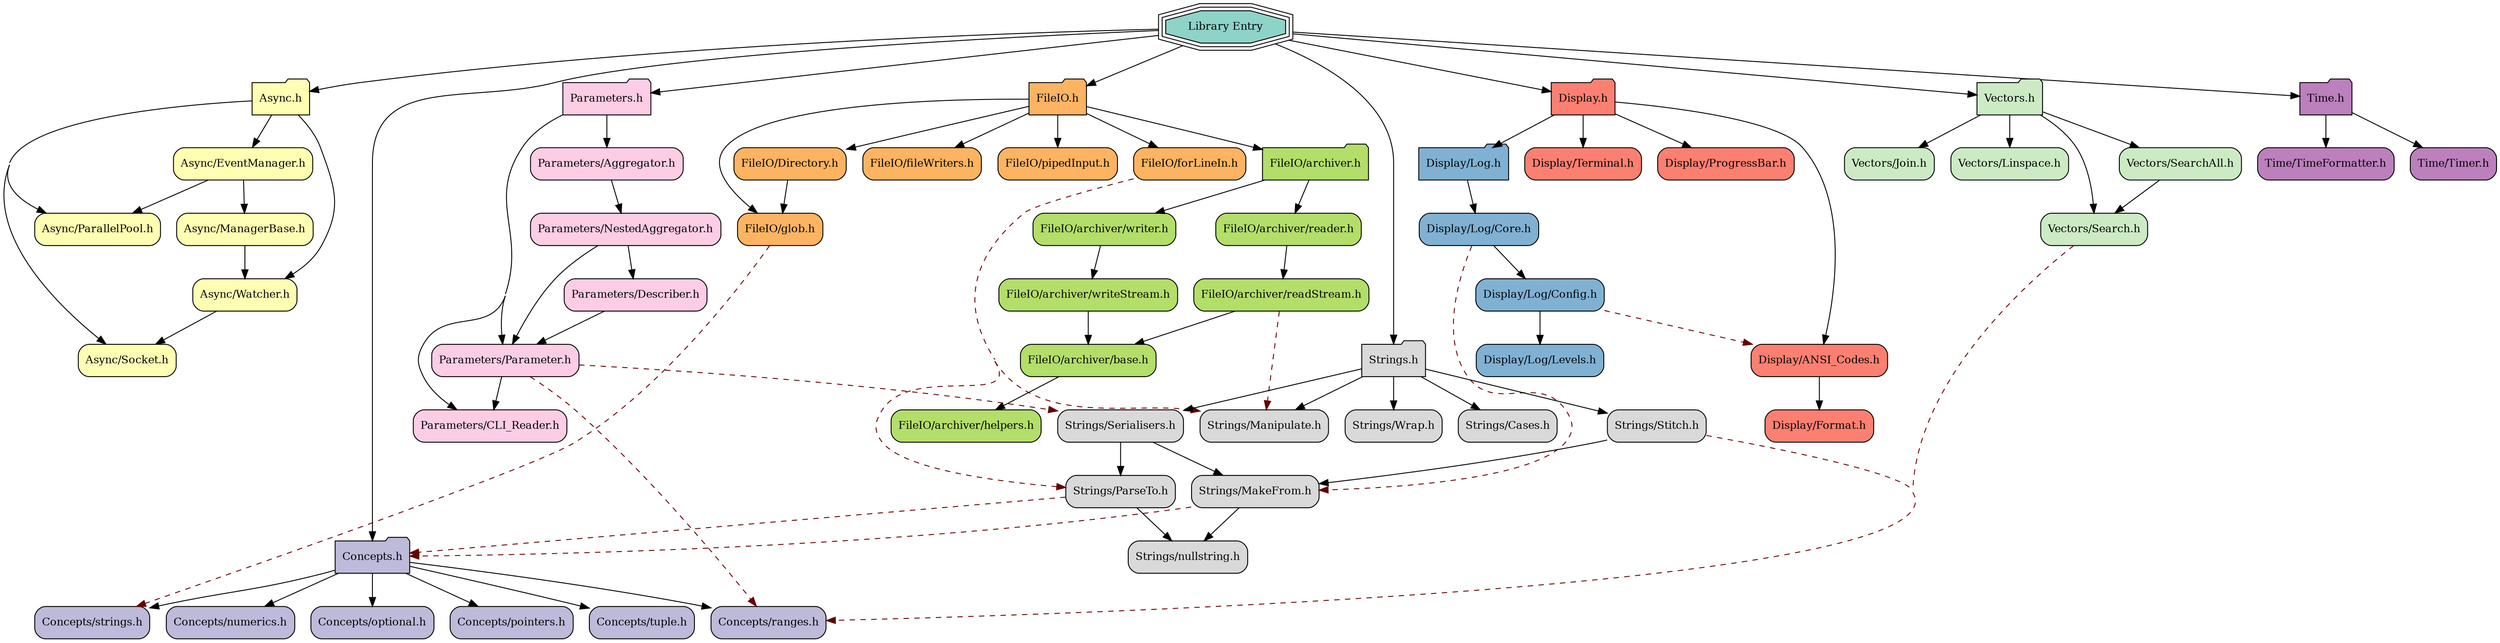
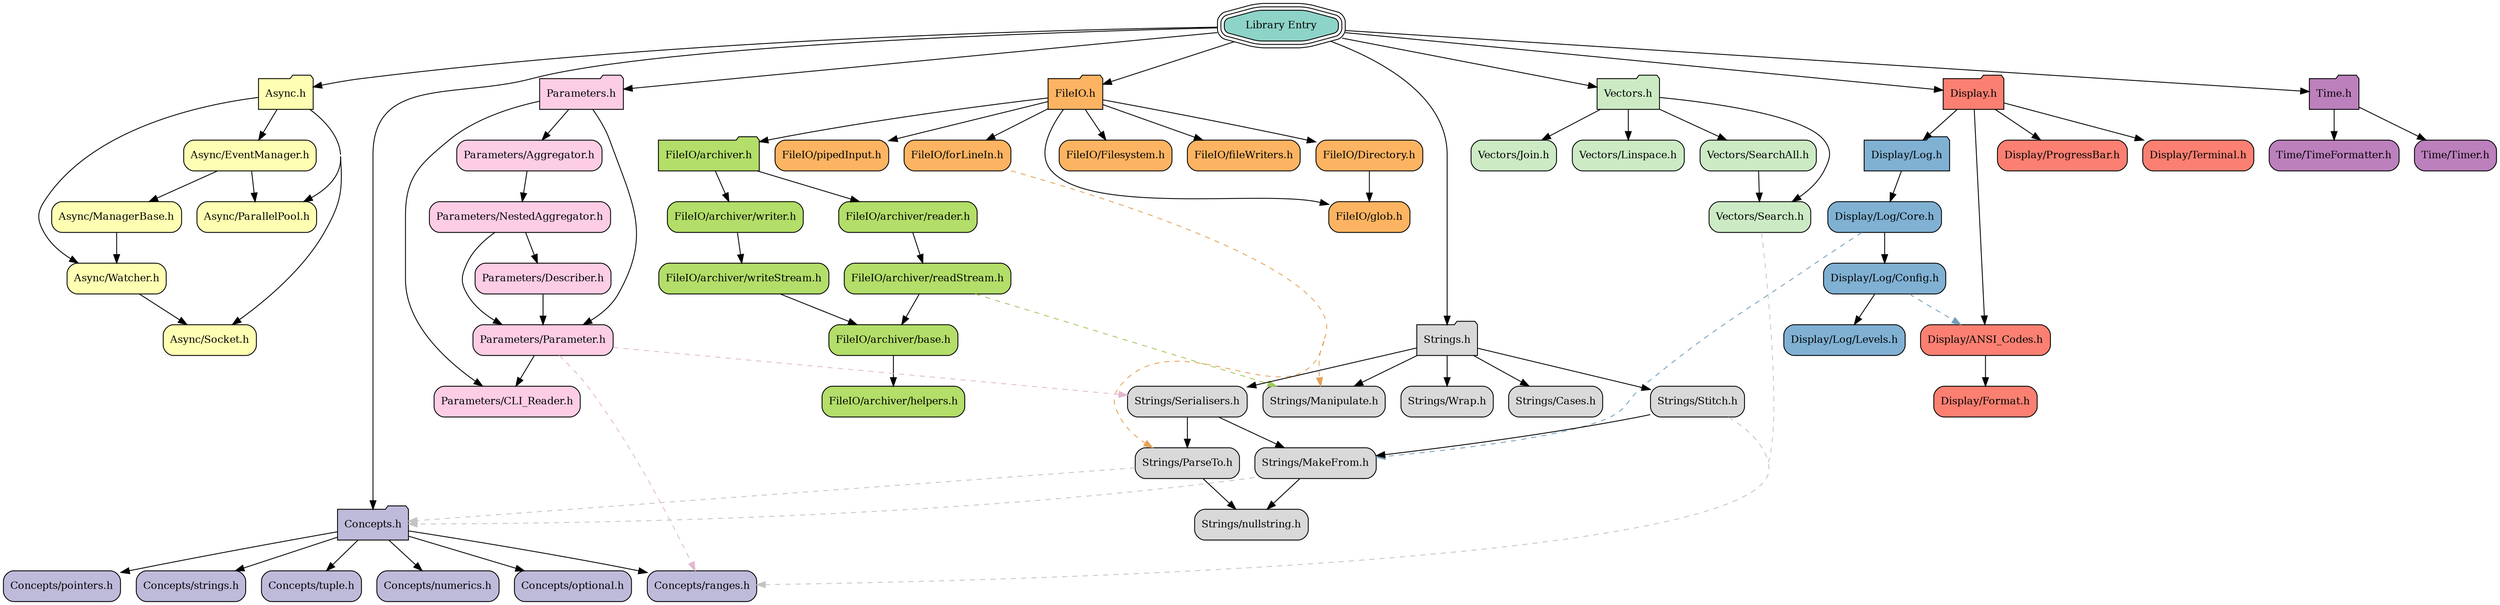
digraph codeviz{
	concentrate=true
	splines=true
	sep="+15,+15"
	overlap=false

	node[shape=Mrecord,fontsize=12]

- 	node [fillcolor="#8dd3c7", style=filled, shape=tripleoctagon,color="#000000"] "JSL.h"                         [label="Library Entry"]
- 	node [fillcolor="#ffffb3", style=filled, shape=folder,color="#000000"] "Async.h"                       [label="Async.h"]
- 	node [fillcolor="#ffffb3", style=filled, shape=Mrecord,color="#000000"] "Async/EventManager.h"          [label="Async/EventManager.h"]
- 	node [fillcolor="#ffffb3", style=filled, shape=Mrecord,color="#000000"] "Async/ManagerBase.h"           [label="Async/ManagerBase.h"]
- 	node [fillcolor="#ffffb3", style=filled, shape=Mrecord,color="#000000"] "Async/ParallelPool.h"          [label="Async/ParallelPool.h"]
- 	node [fillcolor="#ffffb3", style=filled, shape=Mrecord,color="#000000"] "Async/Socket.h"                [label="Async/Socket.h"]
- 	node [fillcolor="#ffffb3", style=filled, shape=Mrecord,color="#000000"] "Async/Watcher.h"               [label="Async/Watcher.h"]
- 	node [fillcolor="#bebada", style=filled, shape=folder,color="#000000"] "Concepts.h"                    [label="Concepts.h"]
- 	node [fillcolor="#bebada", style=filled, shape=Mrecord,color="#000000"] "Concepts/numerics.h"           [label="Concepts/numerics.h"]
- 	node [fillcolor="#bebada", style=filled, shape=Mrecord,color="#000000"] "Concepts/optional.h"           [label="Concepts/optional.h"]
- 	node [fillcolor="#bebada", style=filled, shape=Mrecord,color="#000000"] "Concepts/pointers.h"           [label="Concepts/pointers.h"]
- 	node [fillcolor="#bebada", style=filled, shape=Mrecord,color="#000000"] "Concepts/ranges.h"             [label="Concepts/ranges.h"]
- 	node [fillcolor="#bebada", style=filled, shape=Mrecord,color="#000000"] "Concepts/strings.h"            [label="Concepts/strings.h"]
- 	node [fillcolor="#bebada", style=filled, shape=Mrecord,color="#000000"] "Concepts/tuple.h"              [label="Concepts/tuple.h"]
- 	node [fillcolor="#fb8072", style=filled, shape=folder,color="#000000"] "Display.h"                     [label="Display.h"]
- 	node [fillcolor="#fb8072", style=filled, shape=Mrecord,color="#000000"] "Display/ANSI_Codes.h"          [label="Display/ANSI_Codes.h"]
- 	node [fillcolor="#fb8072", style=filled, shape=Mrecord,color="#000000"] "Display/Format.h"              [label="Display/Format.h"]
- 	node [fillcolor="#80b1d3", style=filled, shape=folder,color="#000000"] "Display/Log.h"                 [label="Display/Log.h"]
- 	node [fillcolor="#80b1d3", style=filled, shape=Mrecord,color="#000000"] "Display/Log/Config.h"          [label="Display/Log/Config.h"]
- 	node [fillcolor="#80b1d3", style=filled, shape=Mrecord,color="#000000"] "Display/Log/Core.h"            [label="Display/Log/Core.h"]
- 	node [fillcolor="#80b1d3", style=filled, shape=Mrecord,color="#000000"] "Display/Log/Levels.h"          [label="Display/Log/Levels.h"]
- 	node [fillcolor="#fb8072", style=filled, shape=Mrecord,color="#000000"] "Display/ProgressBar.h"         [label="Display/ProgressBar.h"]
- 	node [fillcolor="#fb8072", style=filled, shape=Mrecord,color="#000000"] "Display/Terminal.h"            [label="Display/Terminal.h"]
- 	node [fillcolor="#fdb462", style=filled, shape=folder,color="#000000"] "FileIO.h"                      [label="FileIO.h"]
- 	node [fillcolor="#fdb462", style=filled, shape=Mrecord,color="#000000"] "FileIO/Directory.h"            [label="FileIO/Directory.h"]
- 	node [fillcolor="#b3de69", style=filled, shape=folder,color="#000000"] "FileIO/archiver.h"             [label="FileIO/archiver.h"]
- 	node [fillcolor="#b3de69", style=filled, shape=Mrecord,color="#000000"] "FileIO/archiver/base.h"        [label="FileIO/archiver/base.h"]
- 	node [fillcolor="#b3de69", style=filled, shape=Mrecord,color="#000000"] "FileIO/archiver/helpers.h"     [label="FileIO/archiver/helpers.h"]
- 	node [fillcolor="#b3de69", style=filled, shape=Mrecord,color="#000000"] "FileIO/archiver/readStream.h"  [label="FileIO/archiver/readStream.h"]
- 	node [fillcolor="#b3de69", style=filled, shape=Mrecord,color="#000000"] "FileIO/archiver/reader.h"      [label="FileIO/archiver/reader.h"]
- 	node [fillcolor="#b3de69", style=filled, shape=Mrecord,color="#000000"] "FileIO/archiver/writeStream.h" [label="FileIO/archiver/writeStream.h"]
- 	node [fillcolor="#b3de69", style=filled, shape=Mrecord,color="#000000"] "FileIO/archiver/writer.h"      [label="FileIO/archiver/writer.h"]
- 	node [fillcolor="#fdb462", style=filled, shape=Mrecord,color="#000000"] "FileIO/fileWriters.h"          [label="FileIO/fileWriters.h"]
- 	node [fillcolor="#fdb462", style=filled, shape=Mrecord,color="#000000"] "FileIO/forLineIn.h"            [label="FileIO/forLineIn.h"]
- 	node [fillcolor="#fdb462", style=filled, shape=Mrecord,color="#000000"] "FileIO/glob.h"                 [label="FileIO/glob.h"]
- 	node [fillcolor="#fdb462", style=filled, shape=Mrecord,color="#000000"] "FileIO/pipedInput.h"           [label="FileIO/pipedInput.h"]
- 	node [fillcolor="#fccde5", style=filled, shape=folder,color="#000000"] "Parameters.h"                  [label="Parameters.h"]
- 	node [fillcolor="#fccde5", style=filled, shape=Mrecord,color="#000000"] "Parameters/Aggregator.h"       [label="Parameters/Aggregator.h"]
- 	node [fillcolor="#fccde5", style=filled, shape=Mrecord,color="#000000"] "Parameters/CLI_Reader.h"       [label="Parameters/CLI_Reader.h"]
- 	node [fillcolor="#fccde5", style=filled, shape=Mrecord,color="#000000"] "Parameters/Describer.h"        [label="Parameters/Describer.h"]
- 	node [fillcolor="#fccde5", style=filled, shape=Mrecord,color="#000000"] "Parameters/NestedAggregator.h" [label="Parameters/NestedAggregator.h"]
- 	node [fillcolor="#fccde5", style=filled, shape=Mrecord,color="#000000"] "Parameters/Parameter.h"        [label="Parameters/Parameter.h"]
- 	node [fillcolor="#d9d9d9", style=filled, shape=folder,color="#000000"] "Strings.h"                     [label="Strings.h"]
- 	node [fillcolor="#d9d9d9", style=filled, shape=Mrecord,color="#000000"] "Strings/Cases.h"               [label="Strings/Cases.h"]
- 	node [fillcolor="#d9d9d9", style=filled, shape=Mrecord,color="#000000"] "Strings/MakeFrom.h"            [label="Strings/MakeFrom.h"]
- 	node [fillcolor="#d9d9d9", style=filled, shape=Mrecord,color="#000000"] "Strings/Manipulate.h"          [label="Strings/Manipulate.h"]
- 	node [fillcolor="#d9d9d9", style=filled, shape=Mrecord,color="#000000"] "Strings/ParseTo.h"             [label="Strings/ParseTo.h"]
- 	node [fillcolor="#d9d9d9", style=filled, shape=Mrecord,color="#000000"] "Strings/Serialisers.h"         [label="Strings/Serialisers.h"]
- 	node [fillcolor="#d9d9d9", style=filled, shape=Mrecord,color="#000000"] "Strings/Stitch.h"              [label="Strings/Stitch.h"]
- 	node [fillcolor="#d9d9d9", style=filled, shape=Mrecord,color="#000000"] "Strings/Wrap.h"                [label="Strings/Wrap.h"]
- 	node [fillcolor="#d9d9d9", style=filled, shape=Mrecord,color="#000000"] "Strings/nullstring.h"          [label="Strings/nullstring.h"]
- 	node [fillcolor="#bc80bd", style=filled, shape=folder,color="#000000"] "Time.h"                        [label="Time.h"]
- 	node [fillcolor="#bc80bd", style=filled, shape=Mrecord,color="#000000"] "Time/TimeFormatter.h"          [label="Time/TimeFormatter.h"]
- 	node [fillcolor="#bc80bd", style=filled, shape=Mrecord,color="#000000"] "Time/Timer.h"                  [label="Time/Timer.h"]
- 	node [fillcolor="#ccebc5", style=filled, shape=folder,color="#000000"] "Vectors.h"                     [label="Vectors.h"]
- 	node [fillcolor="#ccebc5", style=filled, shape=Mrecord,color="#000000"] "Vectors/Join.h"                [label="Vectors/Join.h"]
- 	node [fillcolor="#ccebc5", style=filled, shape=Mrecord,color="#000000"] "Vectors/Linspace.h"            [label="Vectors/Linspace.h"]
- 	node [fillcolor="#ccebc5", style=filled, shape=Mrecord,color="#000000"] "Vectors/Search.h"              [label="Vectors/Search.h"]
- 	node [fillcolor="#ccebc5", style=filled, shape=Mrecord,color="#000000"] "Vectors/SearchAll.h"           [label="Vectors/SearchAll.h"]
+ 	node [fillcolor="#8dd3c7", style="rounded,filled", shape=tripleoctagon,color="#000000"] "JSL.h"                         [label="Library Entry"]
+ 	node [fillcolor="#ffffb3", style="rounded,filled", shape=folder,color="#000000"] "Async.h"                       [label="Async.h"]
+ 	node [fillcolor="#ffffb3", style="rounded,filled", shape=box,color="#000000"] "Async/EventManager.h"          [label="Async/EventManager.h"]
+ 	node [fillcolor="#ffffb3", style="rounded,filled", shape=box,color="#000000"] "Async/ManagerBase.h"           [label="Async/ManagerBase.h"]
+ 	node [fillcolor="#ffffb3", style="rounded,filled", shape=box,color="#000000"] "Async/ParallelPool.h"          [label="Async/ParallelPool.h"]
+ 	node [fillcolor="#ffffb3", style="rounded,filled", shape=box,color="#000000"] "Async/Socket.h"                [label="Async/Socket.h"]
+ 	node [fillcolor="#ffffb3", style="rounded,filled", shape=box,color="#000000"] "Async/Watcher.h"               [label="Async/Watcher.h"]
+ 	node [fillcolor="#bebada", style="rounded,filled", shape=folder,color="#000000"] "Concepts.h"                    [label="Concepts.h"]
+ 	node [fillcolor="#bebada", style="rounded,filled", shape=box,color="#000000"] "Concepts/numerics.h"           [label="Concepts/numerics.h"]
+ 	node [fillcolor="#bebada", style="rounded,filled", shape=box,color="#000000"] "Concepts/optional.h"           [label="Concepts/optional.h"]
+ 	node [fillcolor="#bebada", style="rounded,filled", shape=box,color="#000000"] "Concepts/pointers.h"           [label="Concepts/pointers.h"]
+ 	node [fillcolor="#bebada", style="rounded,filled", shape=box,color="#000000"] "Concepts/ranges.h"             [label="Concepts/ranges.h"]
+ 	node [fillcolor="#bebada", style="rounded,filled", shape=box,color="#000000"] "Concepts/strings.h"            [label="Concepts/strings.h"]
+ 	node [fillcolor="#bebada", style="rounded,filled", shape=box,color="#000000"] "Concepts/tuple.h"              [label="Concepts/tuple.h"]
+ 	node [fillcolor="#fb8072", style="rounded,filled", shape=folder,color="#000000"] "Display.h"                     [label="Display.h"]
+ 	node [fillcolor="#fb8072", style="rounded,filled", shape=box,color="#000000"] "Display/ANSI_Codes.h"          [label="Display/ANSI_Codes.h"]
+ 	node [fillcolor="#fb8072", style="rounded,filled", shape=box,color="#000000"] "Display/Format.h"              [label="Display/Format.h"]
+ 	node [fillcolor="#80b1d3", style="rounded,filled", shape=folder,color="#000000"] "Display/Log.h"                 [label="Display/Log.h"]
+ 	node [fillcolor="#80b1d3", style="rounded,filled", shape=box,color="#000000"] "Display/Log/Config.h"          [label="Display/Log/Config.h"]
+ 	node [fillcolor="#80b1d3", style="rounded,filled", shape=box,color="#000000"] "Display/Log/Core.h"            [label="Display/Log/Core.h"]
+ 	node [fillcolor="#80b1d3", style="rounded,filled", shape=box,color="#000000"] "Display/Log/Levels.h"          [label="Display/Log/Levels.h"]
+ 	node [fillcolor="#fb8072", style="rounded,filled", shape=box,color="#000000"] "Display/ProgressBar.h"         [label="Display/ProgressBar.h"]
+ 	node [fillcolor="#fb8072", style="rounded,filled", shape=box,color="#000000"] "Display/Terminal.h"            [label="Display/Terminal.h"]
+ 	node [fillcolor="#fdb462", style="rounded,filled", shape=folder,color="#000000"] "FileIO.h"                      [label="FileIO.h"]
+ 	node [fillcolor="#fdb462", style="rounded,filled", shape=box,color="#000000"] "FileIO/Directory.h"            [label="FileIO/Directory.h"]
+ 	node [fillcolor="#fdb462", style="rounded,filled", shape=box,color="#000000"] "FileIO/Filesystem.h"           [label="FileIO/Filesystem.h"]
+ 	node [fillcolor="#b3de69", style="rounded,filled", shape=folder,color="#000000"] "FileIO/archiver.h"             [label="FileIO/archiver.h"]
+ 	node [fillcolor="#b3de69", style="rounded,filled", shape=box,color="#000000"] "FileIO/archiver/base.h"        [label="FileIO/archiver/base.h"]
+ 	node [fillcolor="#b3de69", style="rounded,filled", shape=box,color="#000000"] "FileIO/archiver/helpers.h"     [label="FileIO/archiver/helpers.h"]
+ 	node [fillcolor="#b3de69", style="rounded,filled", shape=box,color="#000000"] "FileIO/archiver/readStream.h"  [label="FileIO/archiver/readStream.h"]
+ 	node [fillcolor="#b3de69", style="rounded,filled", shape=box,color="#000000"] "FileIO/archiver/reader.h"      [label="FileIO/archiver/reader.h"]
+ 	node [fillcolor="#b3de69", style="rounded,filled", shape=box,color="#000000"] "FileIO/archiver/writeStream.h" [label="FileIO/archiver/writeStream.h"]
+ 	node [fillcolor="#b3de69", style="rounded,filled", shape=box,color="#000000"] "FileIO/archiver/writer.h"      [label="FileIO/archiver/writer.h"]
+ 	node [fillcolor="#fdb462", style="rounded,filled", shape=box,color="#000000"] "FileIO/fileWriters.h"          [label="FileIO/fileWriters.h"]
+ 	node [fillcolor="#fdb462", style="rounded,filled", shape=box,color="#000000"] "FileIO/forLineIn.h"            [label="FileIO/forLineIn.h"]
+ 	node [fillcolor="#fdb462", style="rounded,filled", shape=box,color="#000000"] "FileIO/glob.h"                 [label="FileIO/glob.h"]
+ 	node [fillcolor="#fdb462", style="rounded,filled", shape=box,color="#000000"] "FileIO/pipedInput.h"           [label="FileIO/pipedInput.h"]
+ 	node [fillcolor="#fccde5", style="rounded,filled", shape=folder,color="#000000"] "Parameters.h"                  [label="Parameters.h"]
+ 	node [fillcolor="#fccde5", style="rounded,filled", shape=box,color="#000000"] "Parameters/Aggregator.h"       [label="Parameters/Aggregator.h"]
+ 	node [fillcolor="#fccde5", style="rounded,filled", shape=box,color="#000000"] "Parameters/CLI_Reader.h"       [label="Parameters/CLI_Reader.h"]
+ 	node [fillcolor="#fccde5", style="rounded,filled", shape=box,color="#000000"] "Parameters/Describer.h"        [label="Parameters/Describer.h"]
+ 	node [fillcolor="#fccde5", style="rounded,filled", shape=box,color="#000000"] "Parameters/NestedAggregator.h" [label="Parameters/NestedAggregator.h"]
+ 	node [fillcolor="#fccde5", style="rounded,filled", shape=box,color="#000000"] "Parameters/Parameter.h"        [label="Parameters/Parameter.h"]
+ 	node [fillcolor="#d9d9d9", style="rounded,filled", shape=folder,color="#000000"] "Strings.h"                     [label="Strings.h"]
+ 	node [fillcolor="#d9d9d9", style="rounded,filled", shape=box,color="#000000"] "Strings/Cases.h"               [label="Strings/Cases.h"]
+ 	node [fillcolor="#d9d9d9", style="rounded,filled", shape=box,color="#000000"] "Strings/MakeFrom.h"            [label="Strings/MakeFrom.h"]
+ 	node [fillcolor="#d9d9d9", style="rounded,filled", shape=box,color="#000000"] "Strings/Manipulate.h"          [label="Strings/Manipulate.h"]
+ 	node [fillcolor="#d9d9d9", style="rounded,filled", shape=box,color="#000000"] "Strings/ParseTo.h"             [label="Strings/ParseTo.h"]
+ 	node [fillcolor="#d9d9d9", style="rounded,filled", shape=box,color="#000000"] "Strings/Serialisers.h"         [label="Strings/Serialisers.h"]
+ 	node [fillcolor="#d9d9d9", style="rounded,filled", shape=box,color="#000000"] "Strings/Stitch.h"              [label="Strings/Stitch.h"]
+ 	node [fillcolor="#d9d9d9", style="rounded,filled", shape=box,color="#000000"] "Strings/Wrap.h"                [label="Strings/Wrap.h"]
+ 	node [fillcolor="#d9d9d9", style="rounded,filled", shape=box,color="#000000"] "Strings/nullstring.h"          [label="Strings/nullstring.h"]
+ 	node [fillcolor="#bc80bd", style="rounded,filled", shape=folder,color="#000000"] "Time.h"                        [label="Time.h"]
+ 	node [fillcolor="#bc80bd", style="rounded,filled", shape=box,color="#000000"] "Time/TimeFormatter.h"          [label="Time/TimeFormatter.h"]
+ 	node [fillcolor="#bc80bd", style="rounded,filled", shape=box,color="#000000"] "Time/Timer.h"                  [label="Time/Timer.h"]
+ 	node [fillcolor="#ccebc5", style="rounded,filled", shape=folder,color="#000000"] "Vectors.h"                     [label="Vectors.h"]
+ 	node [fillcolor="#ccebc5", style="rounded,filled", shape=box,color="#000000"] "Vectors/Join.h"                [label="Vectors/Join.h"]
+ 	node [fillcolor="#ccebc5", style="rounded,filled", shape=box,color="#000000"] "Vectors/Linspace.h"            [label="Vectors/Linspace.h"]
+ 	node [fillcolor="#ccebc5", style="rounded,filled", shape=box,color="#000000"] "Vectors/Search.h"              [label="Vectors/Search.h"]
+ 	node [fillcolor="#ccebc5", style="rounded,filled", shape=box,color="#000000"] "Vectors/SearchAll.h"           [label="Vectors/SearchAll.h"]
	"JSL.h"                         -> "Display.h"[weight=10]
	"JSL.h"                         -> "FileIO.h"[weight=10]
	"JSL.h"                         -> "Parameters.h"[weight=10]
	"JSL.h"                         -> "Strings.h"[weight=10]
	"JSL.h"                         -> "Time.h"[weight=10]
	"JSL.h"                         -> "Vectors.h"[weight=10]
	"JSL.h"                         -> "Async.h"[weight=10]
	"JSL.h"                         -> "Concepts.h"[weight=10]
	"Async.h"                       -> "Async/Socket.h"[weight=10]
	"Async.h"                       -> "Async/Watcher.h"[weight=10]
	"Async.h"                       -> "Async/EventManager.h"[weight=10]
	"Async.h"                       -> "Async/ParallelPool.h"[weight=10]
	"Async/EventManager.h"          -> "Async/ManagerBase.h"[weight=10]
	"Async/EventManager.h"          -> "Async/ParallelPool.h"[weight=10]
	"Async/ManagerBase.h"           -> "Async/Watcher.h"[weight=10]
	"Async/Watcher.h"               -> "Async/Socket.h"[weight=10]
	"Concepts.h"                    -> "Concepts/ranges.h"[weight=10]
	"Concepts.h"                    -> "Concepts/tuple.h"[weight=10]
	"Concepts.h"                    -> "Concepts/numerics.h"[weight=10]
	"Concepts.h"                    -> "Concepts/strings.h"[weight=10]
	"Concepts.h"                    -> "Concepts/pointers.h"[weight=10]
	"Concepts.h"                    -> "Concepts/optional.h"[weight=10]
	"Display.h"                     -> "Display/Log.h"[weight=10]
	"Display.h"                     -> "Display/ANSI_Codes.h"[weight=10]
	"Display.h"                     -> "Display/ProgressBar.h"[weight=10]
	"Display.h"                     -> "Display/Terminal.h"[weight=10]
	"Display/ANSI_Codes.h"          -> "Display/Format.h"[weight=10]
	"Display/Log.h"                 -> "Display/Log/Core.h"[weight=10]
	"Display/Log/Config.h"          -> "Display/Log/Levels.h"[weight=10]
- 	"Display/Log/Config.h"          -> "Display/ANSI_Codes.h"[style=dashed,color="#660000"]
+ 	"Display/Log/Config.h"          -> "Display/ANSI_Codes.h"[style=dashed,color="#739fbd"]
	"Display/Log/Core.h"            -> "Display/Log/Config.h"[weight=10]
- 	"Display/Log/Core.h"            -> "Strings/MakeFrom.h"[style=dashed,color="#660000"]
+ 	"Display/Log/Core.h"            -> "Strings/MakeFrom.h"[style=dashed,color="#739fbd"]
	"FileIO.h"                      -> "FileIO/forLineIn.h"[weight=10]
	"FileIO.h"                      -> "FileIO/Directory.h"[weight=10]
+ 	"FileIO.h"                      -> "FileIO/Filesystem.h"[weight=10]
	"FileIO.h"                      -> "FileIO/fileWriters.h"[weight=10]
	"FileIO.h"                      -> "FileIO/pipedInput.h"[weight=10]
	"FileIO.h"                      -> "FileIO/archiver.h"[weight=10]
	"FileIO.h"                      -> "FileIO/glob.h"[weight=10]
	"FileIO/Directory.h"            -> "FileIO/glob.h"[weight=10]
	"FileIO/archiver.h"             -> "FileIO/archiver/writer.h"[weight=10]
	"FileIO/archiver.h"             -> "FileIO/archiver/reader.h"[weight=10]
	"FileIO/archiver/base.h"        -> "FileIO/archiver/helpers.h"[weight=10]
- 	"FileIO/archiver/readStream.h"  -> "Strings/Manipulate.h"[style=dashed,color="#660000"]
+ 	"FileIO/archiver/readStream.h"  -> "Strings/Manipulate.h"[style=dashed,color="#a1c75e"]
	"FileIO/archiver/readStream.h"  -> "FileIO/archiver/base.h"[weight=10]
	"FileIO/archiver/reader.h"      -> "FileIO/archiver/readStream.h"[weight=10]
	"FileIO/archiver/writeStream.h" -> "FileIO/archiver/base.h"[weight=10]
	"FileIO/archiver/writer.h"      -> "FileIO/archiver/writeStream.h"[weight=10]
- 	"FileIO/forLineIn.h"            -> "Strings/Manipulate.h"[style=dashed,color="#660000"]
- 	"FileIO/forLineIn.h"            -> "Strings/ParseTo.h"[style=dashed,color="#660000"]
- 	"FileIO/glob.h"                 -> "Concepts/strings.h"[style=dashed,color="#660000"]
+ 	"FileIO/forLineIn.h"            -> "Strings/Manipulate.h"[style=dashed,color="#e3a258"]
+ 	"FileIO/forLineIn.h"            -> "Strings/ParseTo.h"[style=dashed,color="#e3a258"]
	"Parameters.h"                  -> "Parameters/Parameter.h"[weight=10]
	"Parameters.h"                  -> "Parameters/Aggregator.h"[weight=10]
	"Parameters.h"                  -> "Parameters/CLI_Reader.h"[weight=10]
	"Parameters/Aggregator.h"       -> "Parameters/NestedAggregator.h"[weight=10]
	"Parameters/Describer.h"        -> "Parameters/Parameter.h"[weight=10]
	"Parameters/NestedAggregator.h" -> "Parameters/Parameter.h"[weight=10]
	"Parameters/NestedAggregator.h" -> "Parameters/Describer.h"[weight=10]
- 	"Parameters/Parameter.h"        -> "Concepts/ranges.h"[style=dashed,color="#660000"]
- 	"Parameters/Parameter.h"        -> "Strings/Serialisers.h"[style=dashed,color="#660000"]
+ 	"Parameters/Parameter.h"        -> "Concepts/ranges.h"[style=dashed,color="#e2b8ce"]
+ 	"Parameters/Parameter.h"        -> "Strings/Serialisers.h"[style=dashed,color="#e2b8ce"]
	"Parameters/Parameter.h"        -> "Parameters/CLI_Reader.h"[weight=10]
	"Strings.h"                     -> "Strings/Serialisers.h"[weight=10]
	"Strings.h"                     -> "Strings/Cases.h"[weight=10]
	"Strings.h"                     -> "Strings/Manipulate.h"[weight=10]
	"Strings.h"                     -> "Strings/Stitch.h"[weight=10]
	"Strings.h"                     -> "Strings/Wrap.h"[weight=10]
- 	"Strings/MakeFrom.h"            -> "Concepts.h"[style=dashed,color="#660000"]
+ 	"Strings/MakeFrom.h"            -> "Concepts.h"[style=dashed,color="#c3c3c3"]
	"Strings/MakeFrom.h"            -> "Strings/nullstring.h"[weight=10]
- 	"Strings/ParseTo.h"             -> "Concepts.h"[style=dashed,color="#660000"]
+ 	"Strings/ParseTo.h"             -> "Concepts.h"[style=dashed,color="#c3c3c3"]
	"Strings/ParseTo.h"             -> "Strings/nullstring.h"[weight=10]
	"Strings/Serialisers.h"         -> "Strings/MakeFrom.h"[weight=10]
	"Strings/Serialisers.h"         -> "Strings/ParseTo.h"[weight=10]
	"Strings/Stitch.h"              -> "Strings/MakeFrom.h"[weight=10]
- 	"Strings/Stitch.h"              -> "Concepts/ranges.h"[style=dashed,color="#660000"]
+ 	"Strings/Stitch.h"              -> "Concepts/ranges.h"[style=dashed,color="#c3c3c3"]
	"Time.h"                        -> "Time/Timer.h"[weight=10]
	"Time.h"                        -> "Time/TimeFormatter.h"[weight=10]
	"Vectors.h"                     -> "Vectors/Search.h"[weight=10]
	"Vectors.h"                     -> "Vectors/SearchAll.h"[weight=10]
	"Vectors.h"                     -> "Vectors/Join.h"[weight=10]
	"Vectors.h"                     -> "Vectors/Linspace.h"[weight=10]
- 	"Vectors/Search.h"              -> "Concepts/ranges.h"[style=dashed,color="#660000"]
+ 	"Vectors/Search.h"              -> "Concepts/ranges.h"[style=dashed,color="#b7d3b1"]
	"Vectors/SearchAll.h"           -> "Vectors/Search.h"[weight=10]
}